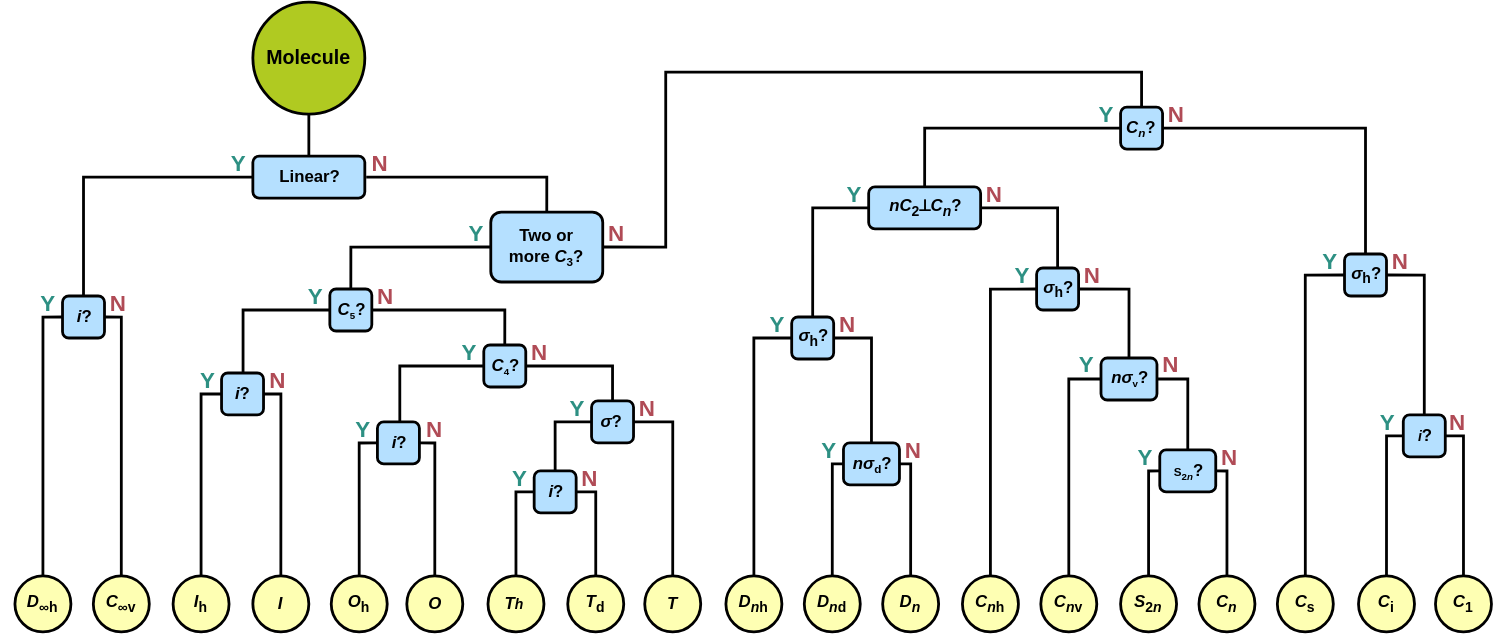
YCYTHU/YCYTHU.github.io keeps this draw.io diagram as assets/images/point group complete.svg. Above is the earlier version. Source tidied: cells renumbered, new cells last; positions are measured from the earlier drawing's top-left corner, leaving out a move shared by most shapes.
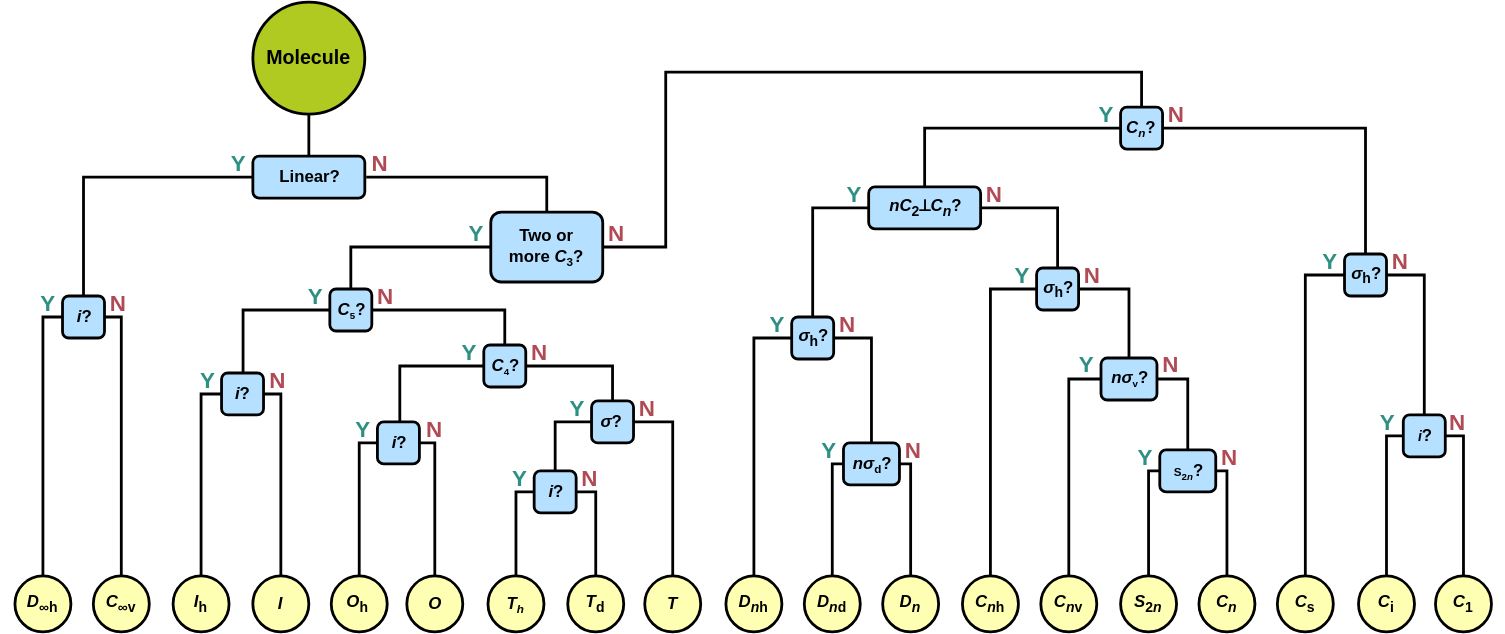
Later version of the same file.

Diff of the diagram source:
```diff
@@ -483,8 +483,8 @@
     <mxCell id="135" style="ellipse;whiteSpace=wrap;html=1;rounded=0;fontFamily=Helvetica;fontSize=12;fontColor=#333333;fillColor=#feffb3;strokeColor=#000000;strokeWidth=2;fontStyle=1;" parent="1" vertex="1">
       <mxGeometry x="348" y="410" width="40" height="40" as="geometry" />
     </mxCell>
-    <mxCell id="136" value="&lt;i&gt;T&lt;span style=&quot;font-size: 10px;&quot;&gt;h&lt;br&gt;&lt;/span&gt;&lt;/i&gt;" style="text;html=1;strokeColor=none;fillColor=none;align=center;verticalAlign=middle;whiteSpace=wrap;rounded=0;fontSize=12;fontFamily=Helvetica;fontColor=default;fontStyle=1;" parent="1" vertex="1">
-      <mxGeometry x="337" y="415" width="60" height="30" as="geometry" />
+    <mxCell id="136" value="&lt;i&gt;T&lt;span style=&quot;font-size: 10px;&quot;&gt;&lt;sub&gt;h&lt;/sub&gt;&lt;br&gt;&lt;/span&gt;&lt;/i&gt;" style="text;html=1;strokeColor=none;fillColor=none;align=center;verticalAlign=middle;whiteSpace=wrap;rounded=0;fontSize=12;fontFamily=Helvetica;fontColor=default;fontStyle=1;" parent="1" vertex="1">
+      <mxGeometry x="338" y="415" width="60" height="30" as="geometry" />
     </mxCell>
     <mxCell id="137" style="ellipse;whiteSpace=wrap;html=1;rounded=0;fontFamily=Helvetica;fontSize=12;fontColor=#333333;fillColor=#feffb3;strokeColor=#000000;strokeWidth=2;" parent="1" vertex="1">
       <mxGeometry x="290" y="410" width="40" height="40" as="geometry" />
```
